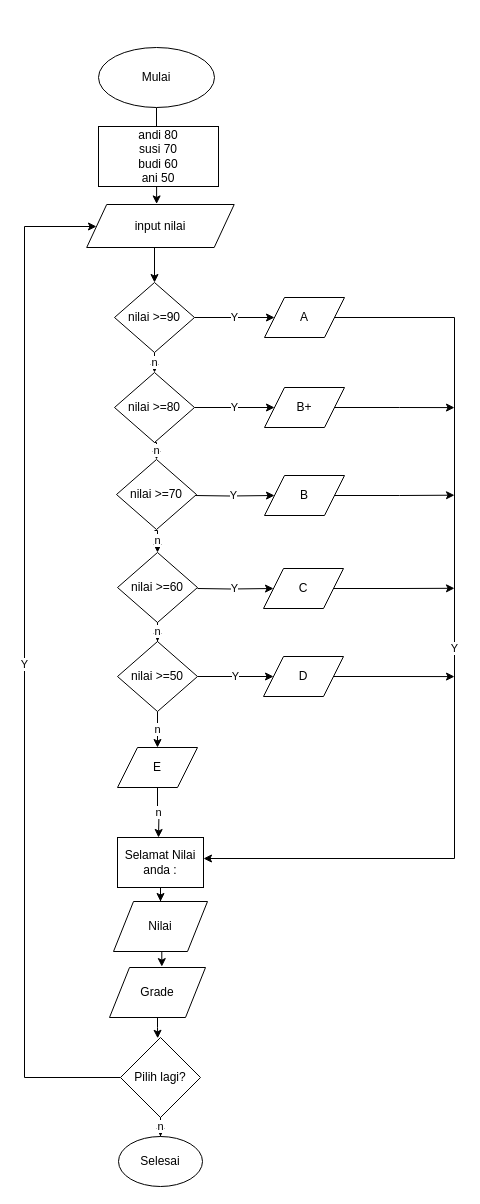
This is Untitled Diagram.drawio from DevinNyawpantsu/DevinNyawpantsu, a draw.io file, before an edit. Source tidied: cells renumbered, new cells numbered last; positions are measured from the earlier drawing's top-left corner, leaving out a move shared by most shapes. Both pictures are drawn from the tidied source at 100%, with x=0, y=0 at pixel (24, 47).
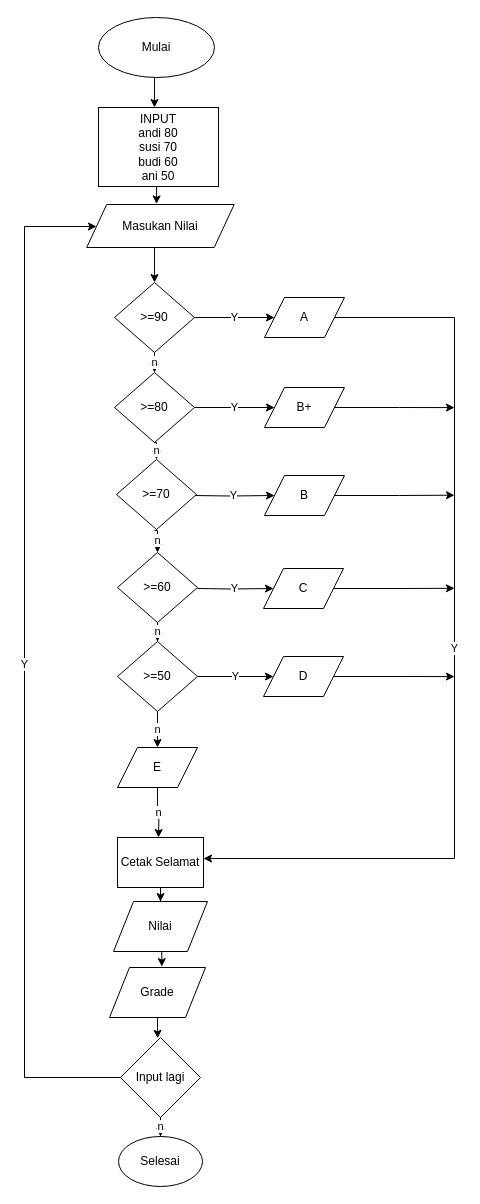
Above is the later version.

The edit, as a diff of the source:
```diff
@@
     <mxCell id="2" style="edgeStyle=orthogonalEdgeStyle;rounded=0;jettySize=auto;html=1;exitX=0.5;exitY=1;exitDx=0;exitDy=0;" parent="1" edge="1" source="3" target="7">
-      <mxGeometry relative="1" as="geometry" />
+      <mxGeometry relative="1" as="geometry">
+        <Array as="points">
+          <mxPoint x="130" y="30" />
+        </Array>
+      </mxGeometry>
     </mxCell>
     <mxCell id="3" value="Mulai" style="ellipse;whiteSpace=wrap;html=1;" parent="1" vertex="1">
-      <mxGeometry x="74" width="116" height="60" as="geometry" />
+      <mxGeometry x="74" y="-30" width="116" height="60" as="geometry" />
     </mxCell>
@@
-    <mxCell id="5" value="input nilai" style="shape=parallelogram;perimeter=parallelogramPerimeter;whiteSpace=wrap;html=1;fixedSize=1;" parent="1" vertex="1">
+    <mxCell id="5" value="Masukan Nilai" style="shape=parallelogram;perimeter=parallelogramPerimeter;whiteSpace=wrap;html=1;fixedSize=1;" parent="1" vertex="1">
       <mxGeometry x="62.2" y="157" width="147.5" height="43" as="geometry" />
     </mxCell>
@@
-    <mxCell id="7" value="andi 80&lt;br&gt;susi 70&lt;br&gt;budi 60&lt;br&gt;ani 50" style="rounded=0;whiteSpace=wrap;html=1;" parent="1" vertex="1">
-      <mxGeometry x="74" y="79" width="120" height="60" as="geometry" />
+    <mxCell id="7" value="INPUT&lt;br&gt;andi 80&lt;br&gt;susi 70&lt;br&gt;budi 60&lt;br&gt;ani 50" style="rounded=0;whiteSpace=wrap;html=1;" parent="1" vertex="1">
+      <mxGeometry x="74" y="60" width="120" height="79" as="geometry" />
     </mxCell>
@@
-    <mxCell id="10" value="nilai &amp;gt;=90" style="rhombus;whiteSpace=wrap;html=1;" parent="1" vertex="1">
+    <mxCell id="10" value="&amp;gt;=90" style="rhombus;whiteSpace=wrap;html=1;" parent="1" vertex="1">
       <mxGeometry x="90" y="235" width="80" height="70" as="geometry" />
     </mxCell>
@@
-    <mxCell id="15" value="nilai &amp;gt;=80" style="rhombus;whiteSpace=wrap;html=1;" parent="1" vertex="1">
+    <mxCell id="15" value="&amp;gt;=80" style="rhombus;whiteSpace=wrap;html=1;" parent="1" vertex="1">
       <mxGeometry x="90" y="325" width="80" height="70" as="geometry" />
     </mxCell>
@@
-    <mxCell id="18" value="nilai &amp;gt;=70" style="rhombus;whiteSpace=wrap;html=1;" parent="1" vertex="1">
+    <mxCell id="18" value="&amp;gt;=70" style="rhombus;whiteSpace=wrap;html=1;" parent="1" vertex="1">
       <mxGeometry x="92" y="412" width="80" height="70" as="geometry" />
     </mxCell>
@@
-    <mxCell id="21" value="nilai &amp;gt;=60" style="rhombus;whiteSpace=wrap;html=1;" parent="1" vertex="1">
+    <mxCell id="21" value="&amp;gt;=60" style="rhombus;whiteSpace=wrap;html=1;" parent="1" vertex="1">
       <mxGeometry x="93" y="505" width="80" height="70" as="geometry" />
     </mxCell>
@@
-    <mxCell id="24" value="nilai &amp;gt;=50" style="rhombus;whiteSpace=wrap;html=1;" parent="1" vertex="1">
+    <mxCell id="24" value="&amp;gt;=50" style="rhombus;whiteSpace=wrap;html=1;" parent="1" vertex="1">
       <mxGeometry x="93" y="594" width="80" height="70" as="geometry" />
     </mxCell>
@@
-    <mxCell id="36" value="Selamat Nilai anda :" style="rounded=0;whiteSpace=wrap;html=1;" parent="1" vertex="1">
+    <mxCell id="36" value="Cetak Selamat" style="rounded=0;whiteSpace=wrap;html=1;" parent="1" vertex="1">
       <mxGeometry x="93" y="790" width="86" height="50" as="geometry" />
     </mxCell>
@@
-    <mxCell id="39" value="Pilih lagi?" style="rhombus;whiteSpace=wrap;html=1;" parent="1" vertex="1">
+    <mxCell id="39" value="Input lagi" style="rhombus;whiteSpace=wrap;html=1;" parent="1" vertex="1">
       <mxGeometry x="96" y="990" width="80" height="80" as="geometry" />
     </mxCell>
```
